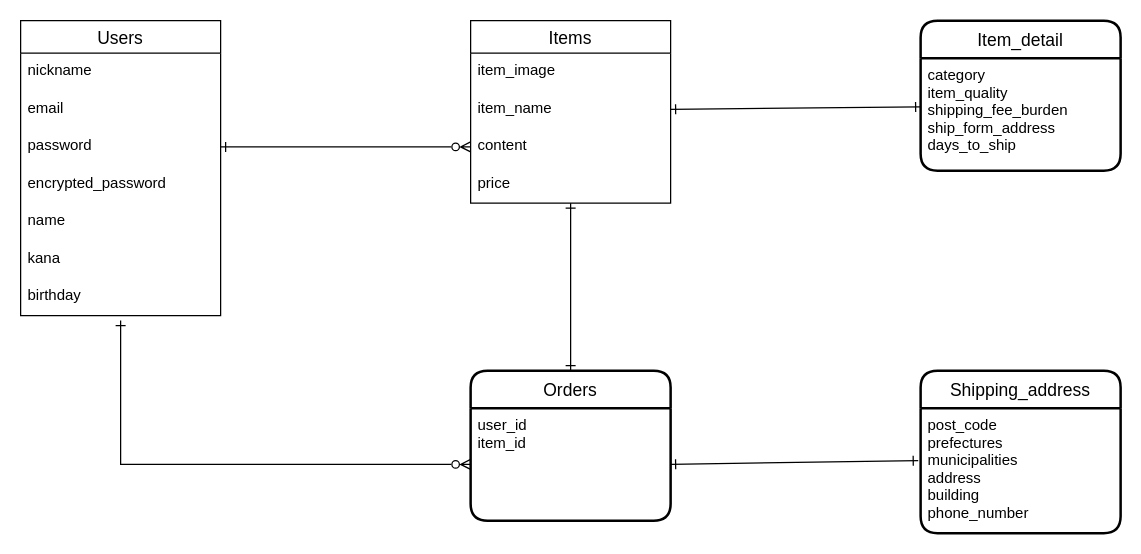
Above: furima-37207.dio in fudoakira/furima-37207 (draw.io), before the change. Source tidied: cells renumbered, new cells numbered last; positions are measured from the earlier drawing's top-left corner, leaving out a move shared by most shapes. Both pictures are drawn from the tidied source at 125%, with x=0, y=0 at pixel (20, 20).
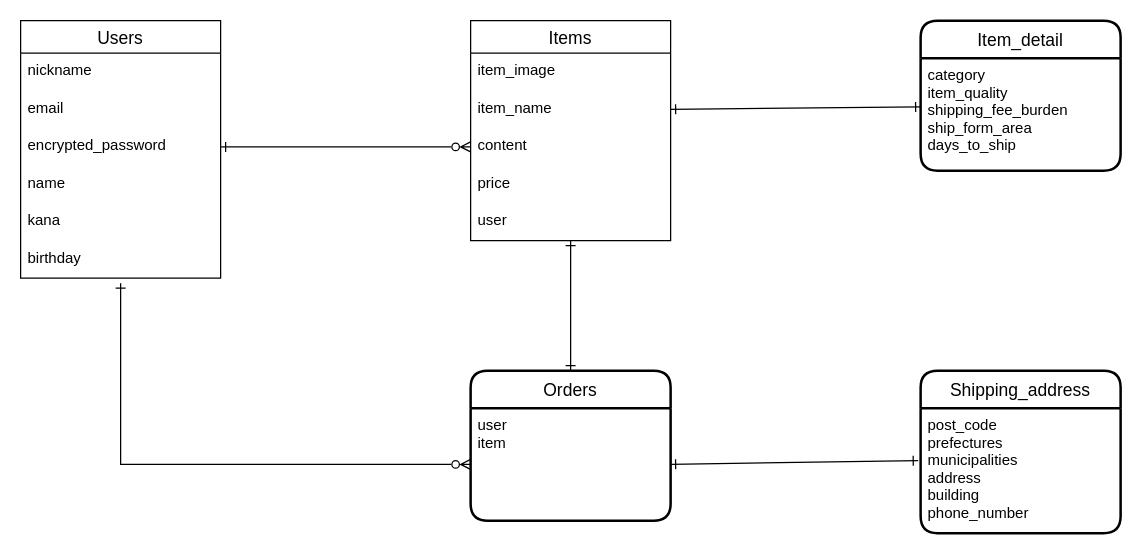
Above is the later version.

The change refers to these unchanged cells:
```xml
<mxCell id="14" value="content" style="text;strokeColor=none;fillColor=none;spacingLeft=4;spacingRight=4;overflow=hidden;points=[[0,0.5],[1,0.5]];portConstraint=eastwest;fontSize=12;" parent="11" vertex="1">
  <mxGeometry y="86" width="160" height="30" as="geometry" />
</mxCell>
<mxCell id="16" value="Orders" style="swimlane;horizontal=1;startSize=30;rounded=1;fontSize=14;fontStyle=0;strokeWidth=2;shadow=0;dashed=0;align=center;" parent="1" vertex="1">
  <mxGeometry x="360" y="280" width="160" height="120" as="geometry" />
</mxCell>
<mxCell id="18" value="Item_detail" style="swimlane;horizontal=1;startSize=30;rounded=1;fontSize=14;fontStyle=0;strokeWidth=2;shadow=0;dashed=0;align=center;" parent="1" vertex="1">
  <mxGeometry x="720" width="160" height="120" as="geometry" />
</mxCell>
```

What changed in the source:
```diff
@@
     <mxCell id="2" value="Users" style="swimlane;fontStyle=0;horizontal=1;startSize=26;align=center;fontSize=14;" parent="1" vertex="1">
-      <mxGeometry width="160" height="236" as="geometry" />
+      <mxGeometry width="160" height="206" as="geometry" />
     </mxCell>
@@
-    <mxCell id="5" value="password" style="text;strokeColor=none;fillColor=none;spacingLeft=4;spacingRight=4;overflow=hidden;points=[[0,0.5],[1,0.5]];portConstraint=eastwest;fontSize=12;" parent="2" vertex="1">
-      <mxGeometry y="86" width="160" height="30" as="geometry" />
-    </mxCell>
     <mxCell id="6" value="encrypted_password" style="text;strokeColor=none;fillColor=none;spacingLeft=4;spacingRight=4;overflow=hidden;fontSize=12;" parent="2" vertex="1">
-      <mxGeometry y="116" width="160" height="30" as="geometry" />
+      <mxGeometry y="86" width="160" height="30" as="geometry" />
     </mxCell>
     <mxCell id="7" value="name" style="text;strokeColor=none;fillColor=none;spacingLeft=4;spacingRight=4;overflow=hidden;fontSize=12;" parent="2" vertex="1">
-      <mxGeometry y="146" width="160" height="30" as="geometry" />
+      <mxGeometry y="116" width="160" height="30" as="geometry" />
     </mxCell>
     <mxCell id="8" value="kana" style="text;strokeColor=none;fillColor=none;spacingLeft=4;spacingRight=4;overflow=hidden;fontSize=12;" parent="2" vertex="1">
-      <mxGeometry y="176" width="160" height="30" as="geometry" />
+      <mxGeometry y="146" width="160" height="30" as="geometry" />
     </mxCell>
     <mxCell id="9" value="birthday" style="text;strokeColor=none;fillColor=none;spacingLeft=4;spacingRight=4;overflow=hidden;points=[[0,0.5],[1,0.5]];portConstraint=eastwest;fontSize=12;" parent="2" vertex="1">
-      <mxGeometry y="206" width="160" height="30" as="geometry" />
+      <mxGeometry y="176" width="160" height="30" as="geometry" />
     </mxCell>
@@
     <mxCell id="11" value="Items" style="swimlane;fontStyle=0;horizontal=1;startSize=26;align=center;fontSize=14;" parent="1" vertex="1">
-      <mxGeometry x="360" width="160" height="146" as="geometry" />
+      <mxGeometry x="360" width="160" height="176" as="geometry" />
     </mxCell>
@@
+    <mxCell id="26" value="user" style="text;strokeColor=none;fillColor=none;spacingLeft=4;spacingRight=4;overflow=hidden;fontSize=12;" parent="11" vertex="1">
+      <mxGeometry y="146" width="160" height="30" as="geometry" />
+    </mxCell>
@@
-    <mxCell id="17" value="user_id&#10;item_id" style="align=left;strokeColor=none;fillColor=none;spacingLeft=4;fontSize=12;verticalAlign=top;" parent="16" vertex="1">
+    <mxCell id="17" value="user&#10;item" style="align=left;strokeColor=none;fillColor=none;spacingLeft=4;fontSize=12;verticalAlign=top;" parent="16" vertex="1">
       <mxGeometry y="30" width="160" height="90" as="geometry" />
     </mxCell>
@@
-    <mxCell id="19" value="category&#10;item_quality&#10;shipping_fee_burden&#10;ship_form_address&#10;days_to_ship" style="align=left;strokeColor=none;fillColor=none;spacingLeft=4;fontSize=12;verticalAlign=top;" parent="18" vertex="1">
+    <mxCell id="19" value="category&#10;item_quality&#10;shipping_fee_burden&#10;ship_form_area&#10;days_to_ship" style="align=left;strokeColor=none;fillColor=none;spacingLeft=4;fontSize=12;verticalAlign=top;" parent="18" vertex="1">
       <mxGeometry y="30" width="160" height="90" as="geometry" />
     </mxCell>
@@
-    <mxCell id="22" style="edgeStyle=none;sketch=0;html=1;exitX=1;exitY=0.5;exitDx=0;exitDy=0;entryX=0;entryY=0.5;entryDx=0;entryDy=0;endArrow=ERzeroToMany;endFill=0;startArrow=ERone;startFill=0;strokeWidth=1;" parent="1" edge="1" source="5" target="14">
-      <mxGeometry relative="1" as="geometry" />
+    <mxCell id="22" style="edgeStyle=none;sketch=0;html=1;exitX=1;exitY=0.5;exitDx=0;exitDy=0;entryX=0;entryY=0.5;entryDx=0;entryDy=0;endArrow=ERzeroToMany;endFill=0;startArrow=ERone;startFill=0;strokeWidth=1;" parent="1" edge="1" target="14">
+      <mxGeometry relative="1" as="geometry">
+        <mxPoint x="160" y="101" as="sourcePoint" />
+      </mxGeometry>
     </mxCell>
@@
-    <mxCell id="25" style="edgeStyle=none;rounded=0;sketch=0;jumpSize=6;html=1;exitX=0;exitY=0.5;exitDx=0;exitDy=0;startArrow=ERzeroToMany;startFill=0;endArrow=ERone;endFill=0;strokeWidth=1;entryX=0.5;entryY=1.133;entryDx=0;entryDy=0;entryPerimeter=0;" parent="1" edge="1" source="17" target="9">
+    <mxCell id="25" style="edgeStyle=none;rounded=0;sketch=0;jumpSize=6;html=1;exitX=0;exitY=0.5;exitDx=0;exitDy=0;startArrow=ERzeroToMany;startFill=0;endArrow=ERone;endFill=0;strokeWidth=1;" parent="1" edge="1" source="17">
       <mxGeometry relative="1" as="geometry">
+        <mxPoint x="80" y="210" as="targetPoint" />
         <Array as="points">
           <mxPoint x="80" y="355" />
         </Array>
       </mxGeometry>
     </mxCell>
```
